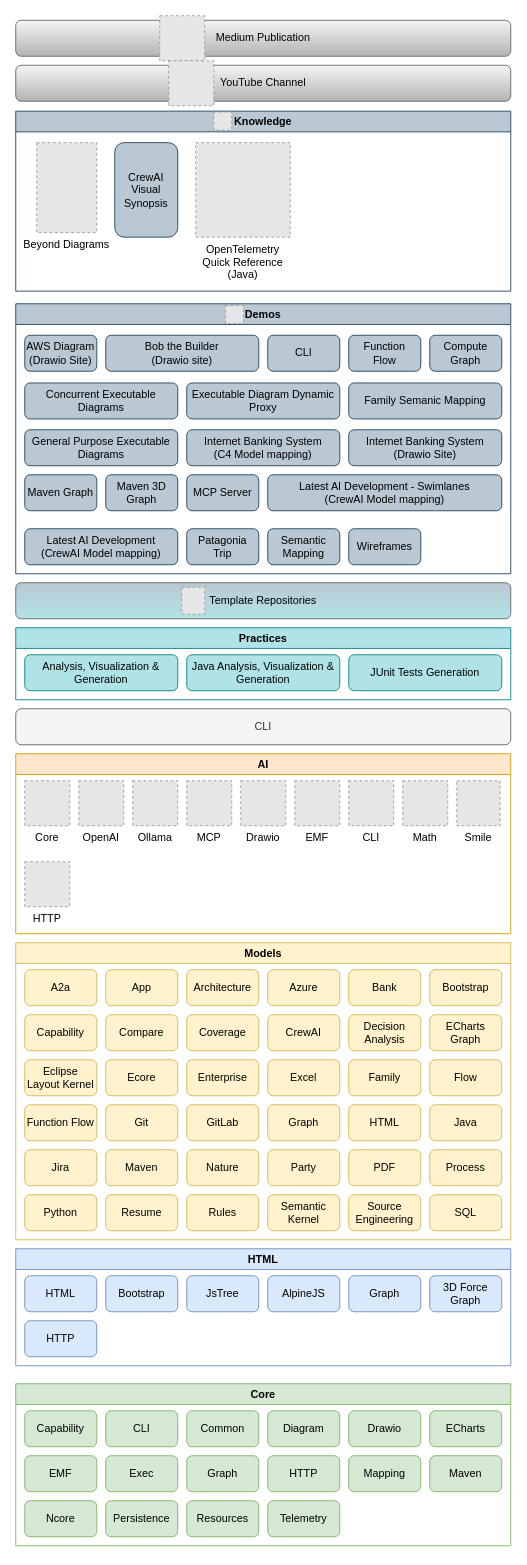
Earlier version of the draw.io diagram model/nasdanika.drawio (Nasdanika/nasdanika.github.io). Source tidied: cells renumbered, new cells numbered last; positions are measured from the earlier drawing's top-left corner, leaving out a move shared by most shapes. Both pictures are drawn from the tidied source at 90%, with x=0, y=0 at pixel (15, 15). Pictures stored in the file or linked from it are replaced by grey dashed boxes.
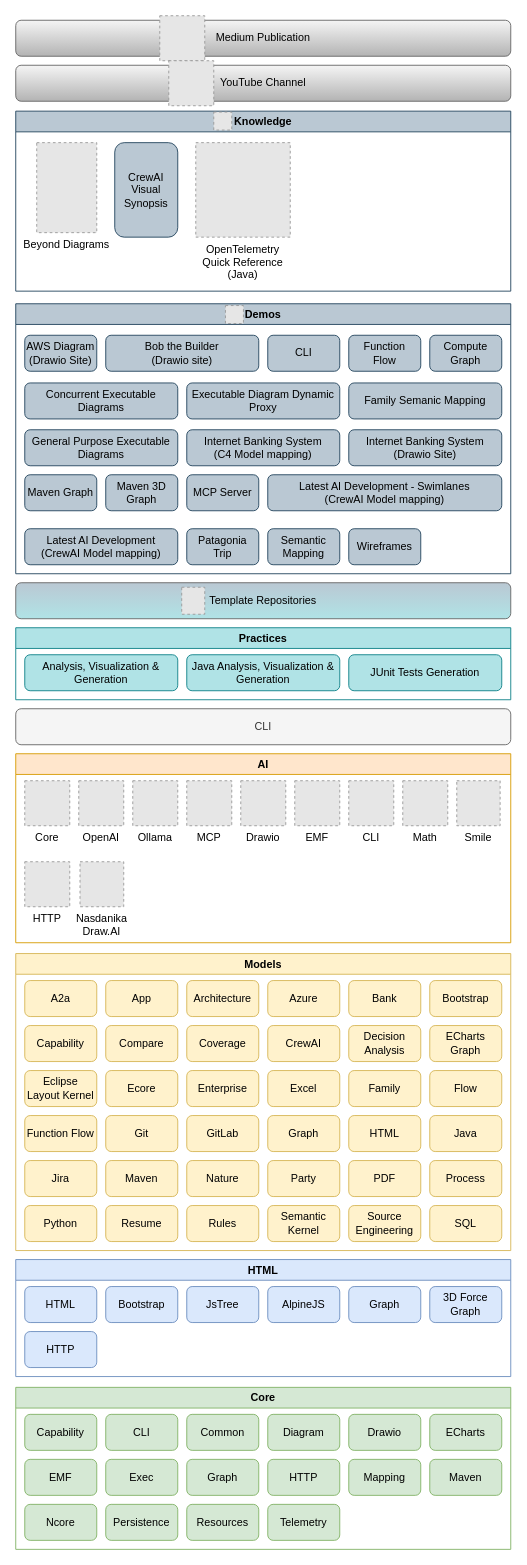
The same diagram, later.

Change to the diagram source:
```diff
@@
     <mxCell id="2" value="Core" style="swimlane;whiteSpace=wrap;html=1;fillColor=#d5e8d4;strokeColor=#82b366;" parent="1" vertex="1">
-      <mxGeometry y="1520" width="550" height="180" as="geometry" />
+      <mxGeometry y="1524" width="550" height="180" as="geometry" />
     </mxCell>
@@
     <mxCell id="19" value="HTML" style="swimlane;whiteSpace=wrap;html=1;fillColor=#dae8fc;strokeColor=#6c8ebf;" parent="1" vertex="1">
-      <mxGeometry y="1370" width="550" height="130" as="geometry" />
+      <mxGeometry y="1382" width="550" height="130" as="geometry" />
     </mxCell>
@@
     <mxCell id="27" value="Models" style="swimlane;whiteSpace=wrap;html=1;fillColor=#fff2cc;strokeColor=#d6b656;" parent="1" vertex="1">
-      <mxGeometry y="1030" width="550" height="330" as="geometry" />
+      <mxGeometry y="1042" width="550" height="330" as="geometry" />
     </mxCell>
@@
     <mxCell id="101" value="AI" style="swimlane;whiteSpace=wrap;html=1;fillColor=#ffe6cc;strokeColor=#d79b00;" parent="1" vertex="1">
-      <mxGeometry y="820" width="550" height="200" as="geometry" />
+      <mxGeometry y="820" width="550" height="210" as="geometry" />
     </mxCell>
@@
+    <mxCell id="112" value="Nasdanika&#10;Draw.AI" style="fillColor=#E6E6E6;strokeColor=#999999;dashed=1;verticalLabelPosition=bottom;labelBackgroundColor=default;verticalAlign=top;" parent="101" vertex="1">
+      <mxGeometry x="71.4" y="120" width="48.6" height="50" as="geometry" />
+    </mxCell>
```
